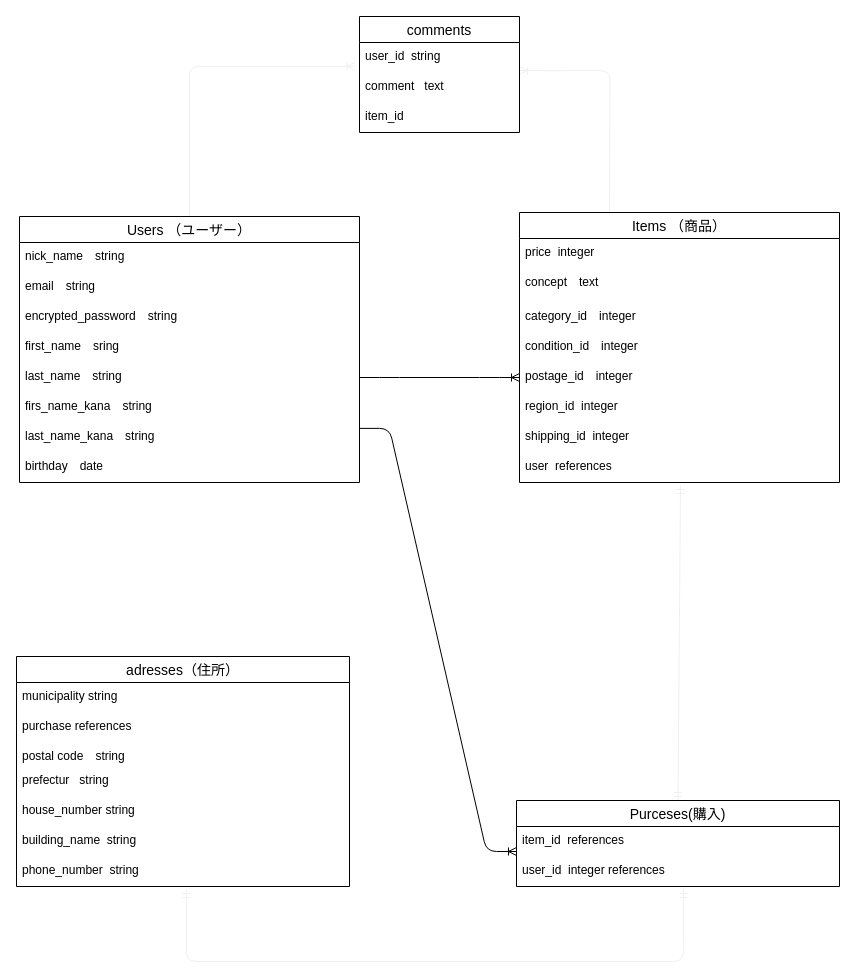
Above: furima.dio in uuutako/furima--31745- (draw.io), before the change. Source tidied: cells renumbered, new cells numbered last; positions are measured from the earlier drawing's top-left corner, leaving out a move shared by most shapes. Both pictures are drawn from the tidied source at 100%, with x=0, y=0 at pixel (16, 16).
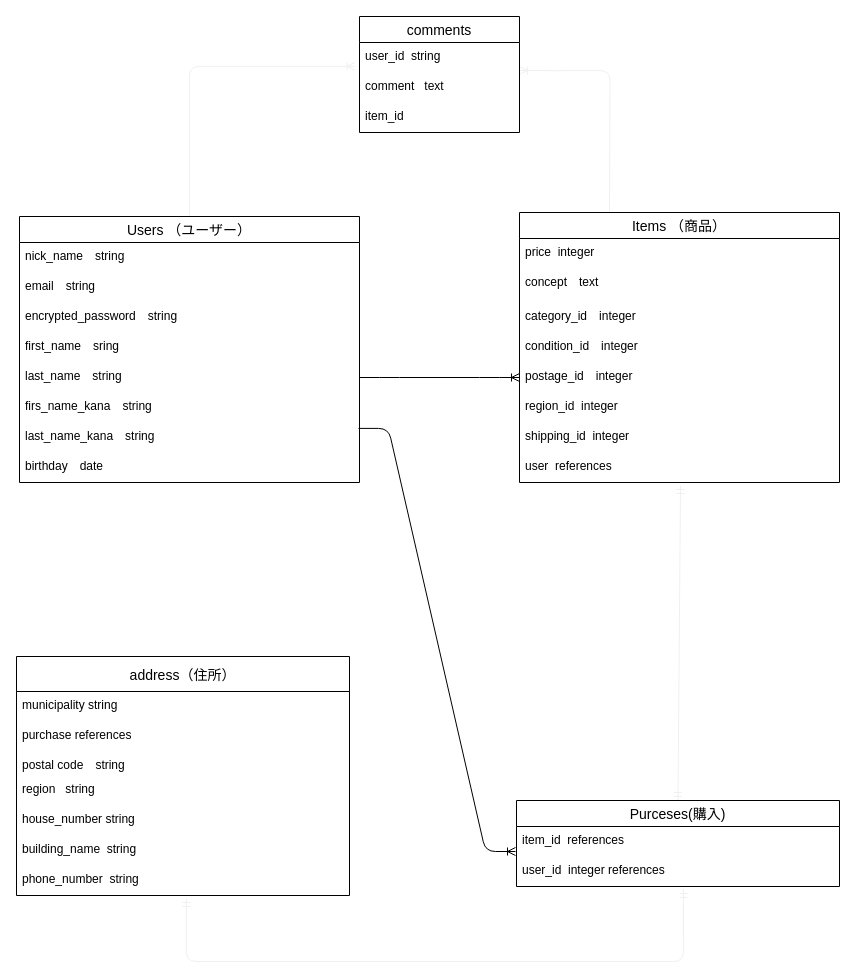
The same page after the edit.

The change refers to these unchanged cells:
```xml
<mxCell id="14" value="last_name_kana　string" style="text;strokeColor=none;fillColor=none;spacingLeft=4;spacingRight=4;overflow=hidden;points=[[0,0.5],[1,0.5]];portConstraint=eastwest;fontSize=12;" parent="7" vertex="1">
  <mxGeometry y="206" width="340" height="30" as="geometry" />
</mxCell>
<mxCell id="38" value="item_id  references   " style="text;strokeColor=none;fillColor=none;spacingLeft=4;spacingRight=4;overflow=hidden;points=[[0,0.5],[1,0.5]];portConstraint=eastwest;fontSize=12;" parent="37" vertex="1">
  <mxGeometry y="26" width="323" height="30" as="geometry" />
</mxCell>
```

The edit, as a diff of the source:
```diff
@@
-    <mxCell id="29" value="adresses（住所）" style="swimlane;fontStyle=0;horizontal=1;startSize=26;align=center;fontSize=14;" parent="1" vertex="1">
-      <mxGeometry y="640" width="333" height="230" as="geometry" />
+    <mxCell id="29" value="address（住所）" style="swimlane;fontStyle=0;horizontal=1;startSize=35;align=center;fontSize=14;" parent="1" vertex="1">
+      <mxGeometry y="640" width="333" height="239" as="geometry" />
     </mxCell>
     <mxCell id="30" value="municipality string&#10;" style="text;strokeColor=none;fillColor=none;spacingLeft=4;spacingRight=4;overflow=hidden;fontSize=12;" parent="29" vertex="1">
-      <mxGeometry y="26" width="333" height="30" as="geometry" />
+      <mxGeometry y="35" width="333" height="30" as="geometry" />
     </mxCell>
     <mxCell id="31" value="purchase references" style="text;strokeColor=none;fillColor=none;spacingLeft=4;spacingRight=4;overflow=hidden;fontSize=12;" parent="29" vertex="1">
-      <mxGeometry y="56" width="333" height="30" as="geometry" />
+      <mxGeometry y="65" width="333" height="30" as="geometry" />
     </mxCell>
     <mxCell id="32" value="postal code　string&#10;&#10;&#10;" style="text;strokeColor=none;fillColor=none;spacingLeft=4;spacingRight=4;overflow=hidden;fontSize=12;" parent="29" vertex="1">
-      <mxGeometry y="86" width="333" height="24" as="geometry" />
+      <mxGeometry y="95" width="333" height="24" as="geometry" />
     </mxCell>
-    <mxCell id="33" value="prefectur   string&#10;&#10;&#10;" style="text;strokeColor=none;fillColor=none;spacingLeft=4;spacingRight=4;overflow=hidden;fontSize=12;" parent="29" vertex="1">
-      <mxGeometry y="110" width="333" height="30" as="geometry" />
+    <mxCell id="33" value="region   string&#10;&#10;&#10;" style="text;strokeColor=none;fillColor=none;spacingLeft=4;spacingRight=4;overflow=hidden;fontSize=12;" parent="29" vertex="1">
+      <mxGeometry y="119" width="333" height="30" as="geometry" />
     </mxCell>
     <mxCell id="34" value="house_number string" style="text;strokeColor=none;fillColor=none;spacingLeft=4;spacingRight=4;overflow=hidden;fontSize=12;" parent="29" vertex="1">
-      <mxGeometry y="140" width="333" height="30" as="geometry" />
+      <mxGeometry y="149" width="333" height="30" as="geometry" />
     </mxCell>
     <mxCell id="35" value="building_name  string&#10;&#10;" style="text;strokeColor=none;fillColor=none;spacingLeft=4;spacingRight=4;overflow=hidden;fontSize=12;" parent="29" vertex="1">
-      <mxGeometry y="170" width="333" height="30" as="geometry" />
+      <mxGeometry y="179" width="333" height="30" as="geometry" />
     </mxCell>
     <mxCell id="36" value="phone_number  string&#10;&#10;" style="text;strokeColor=none;fillColor=none;spacingLeft=4;spacingRight=4;overflow=hidden;points=[[0,0.5],[1,0.5]];portConstraint=eastwest;fontSize=12;" parent="29" vertex="1">
-      <mxGeometry y="200" width="333" height="30" as="geometry" />
+      <mxGeometry y="209" width="333" height="30" as="geometry" />
     </mxCell>
@@
-    <mxCell id="40" style="edgeStyle=entityRelationEdgeStyle;fontSize=12;html=1;endArrow=ERoneToMany;exitX=1;exitY=0.196;exitDx=0;exitDy=0;exitPerimeter=0;entryX=0;entryY=0.833;entryDx=0;entryDy=0;entryPerimeter=0;" parent="1" edge="1" source="14" target="38">
-      <mxGeometry relative="1" as="geometry" />
+    <mxCell id="40" style="edgeStyle=entityRelationEdgeStyle;fontSize=12;html=1;endArrow=ERoneToMany;exitX=1;exitY=0.196;exitDx=0;exitDy=0;exitPerimeter=0;entryX=0;entryY=0.833;entryDx=0;entryDy=0;entryPerimeter=0;" parent="1" edge="1">
+      <mxGeometry relative="1" as="geometry">
+        <mxPoint x="342" y="411.9" as="sourcePoint" />
+        <mxPoint x="499" y="835" as="targetPoint" />
+      </mxGeometry>
     </mxCell>
```
